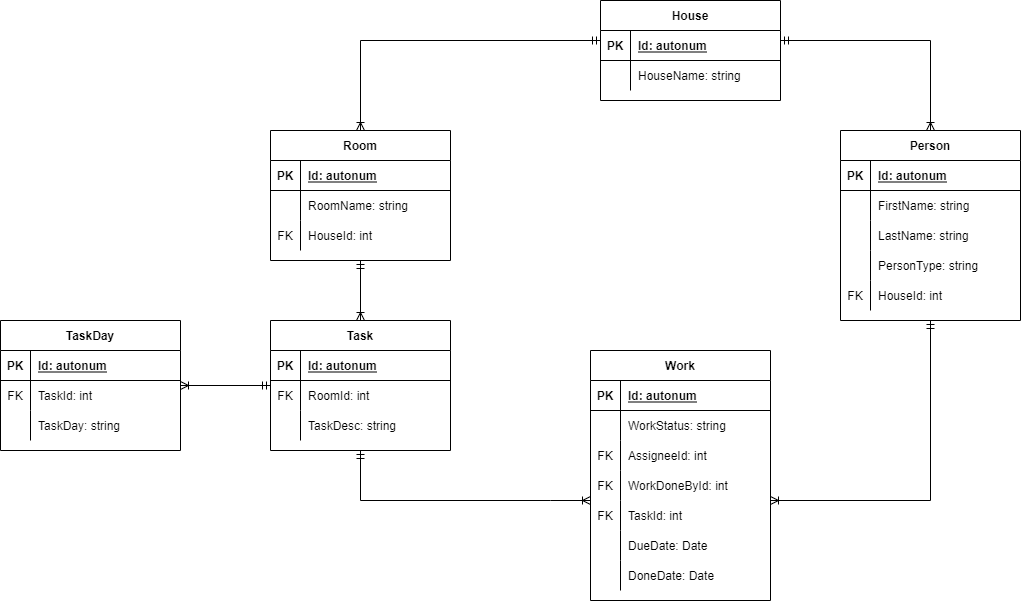
This is DB Design/HouseRosterDB.png from johannsbbd/house-roster-db, a draw.io export, as it was before one commit. Source tidied: cells renumbered, new cells last; positions are measured from the earlier drawing's top-left corner, leaving out a move shared by most shapes.
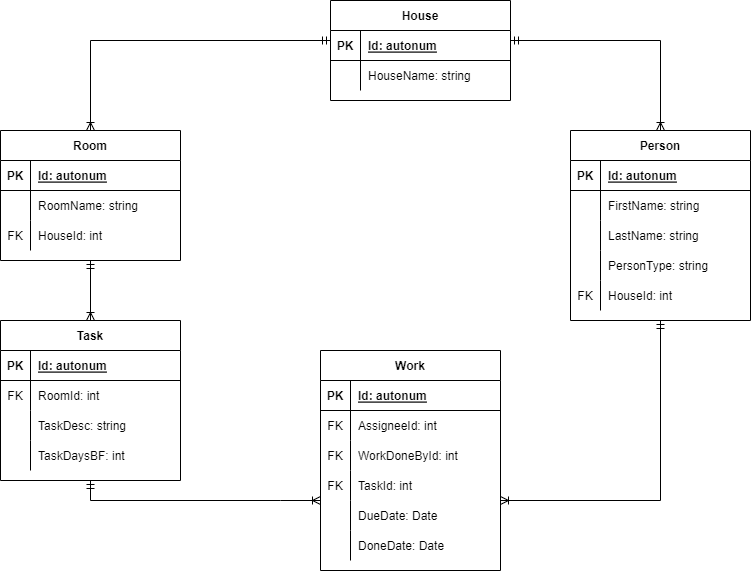
After the commit.

Commit message:
Removed TaskDay table and WorkStatus field.

Change to the diagram source:
```diff
@@ -89,7 +89,7 @@
       </mxGeometry>
     </mxCell>
     <mxCell id="29" value="Task" style="shape=table;startSize=30;rowLines=0;fontStyle=1;align=center;" parent="1" vertex="1">
-      <mxGeometry x="270" y="320" width="180" height="130" as="geometry" />
+      <mxGeometry x="270" y="320" width="180" height="160" as="geometry" />
     </mxCell>
     <mxCell id="30" style="shape=tableRow;horizontal=0;startSize=0;swimlaneHead=0;swimlaneBody=0;fillColor=none;top=0;left=0;right=0;bottom=1;" parent="29" vertex="1">
       <mxGeometry y="30" width="180" height="30" as="geometry" />
@@ -118,8 +118,17 @@
     <mxCell id="38" value="TaskDesc: string" style="shape=partialRectangle;fillColor=none;top=0;left=0;bottom=0;right=0;align=left;spacingLeft=6;overflow=hidden;" parent="36" vertex="1">
       <mxGeometry x="30" width="150" height="30" as="geometry" />
     </mxCell>
+    <mxCell id="83" style="shape=tableRow;horizontal=0;startSize=0;swimlaneHead=0;swimlaneBody=0;fillColor=none;top=0;left=0;right=0;bottom=0;" parent="29" vertex="1">
+      <mxGeometry y="120" width="180" height="30" as="geometry" />
+    </mxCell>
+    <mxCell id="84" style="shape=partialRectangle;fillColor=none;top=0;left=0;bottom=0;right=0;overflow=hidden;" parent="83" vertex="1">
+      <mxGeometry width="30" height="30" as="geometry" />
+    </mxCell>
+    <mxCell id="85" value="TaskDaysBF: int" style="shape=partialRectangle;fillColor=none;top=0;left=0;bottom=0;right=0;align=left;spacingLeft=6;overflow=hidden;" parent="83" vertex="1">
+      <mxGeometry x="30" width="150" height="30" as="geometry" />
+    </mxCell>
     <mxCell id="39" value="Work" style="shape=table;startSize=30;rowLines=0;fontStyle=1;align=center;" parent="1" vertex="1">
-      <mxGeometry x="590" y="350" width="180" height="250" as="geometry" />
+      <mxGeometry x="590" y="350" width="180" height="220" as="geometry" />
     </mxCell>
     <mxCell id="40" style="shape=tableRow;horizontal=0;startSize=0;swimlaneHead=0;swimlaneBody=0;fillColor=none;top=0;left=0;right=0;bottom=1;" parent="39" vertex="1">
       <mxGeometry y="30" width="180" height="30" as="geometry" />
@@ -130,17 +139,8 @@
     <mxCell id="42" value="Id: autonum" style="shape=partialRectangle;fillColor=none;top=0;left=0;bottom=0;right=0;align=left;spacingLeft=6;fontStyle=5;overflow=hidden;" parent="40" vertex="1">
       <mxGeometry x="30" width="150" height="30" as="geometry" />
     </mxCell>
-    <mxCell id="43" style="shape=tableRow;horizontal=0;startSize=0;swimlaneHead=0;swimlaneBody=0;fillColor=none;top=0;left=0;right=0;bottom=0;" parent="39" vertex="1">
-      <mxGeometry y="60" width="180" height="30" as="geometry" />
-    </mxCell>
-    <mxCell id="44" style="shape=partialRectangle;fillColor=none;top=0;left=0;bottom=0;right=0;overflow=hidden;" parent="43" vertex="1">
-      <mxGeometry width="30" height="30" as="geometry" />
-    </mxCell>
-    <mxCell id="45" value="WorkStatus: string" style="shape=partialRectangle;fillColor=none;top=0;left=0;bottom=0;right=0;align=left;spacingLeft=6;overflow=hidden;" parent="43" vertex="1">
-      <mxGeometry x="30" width="150" height="30" as="geometry" />
-    </mxCell>
     <mxCell id="46" style="shape=tableRow;horizontal=0;startSize=0;swimlaneHead=0;swimlaneBody=0;fillColor=none;top=0;left=0;right=0;bottom=0;" parent="39" vertex="1">
-      <mxGeometry y="90" width="180" height="30" as="geometry" />
+      <mxGeometry y="60" width="180" height="30" as="geometry" />
     </mxCell>
     <mxCell id="47" value="FK" style="shape=partialRectangle;fillColor=none;top=0;left=0;bottom=0;right=0;overflow=hidden;" parent="46" vertex="1">
       <mxGeometry width="30" height="30" as="geometry" />
@@ -149,7 +149,7 @@
       <mxGeometry x="30" width="150" height="30" as="geometry" />
     </mxCell>
     <mxCell id="49" style="shape=tableRow;horizontal=0;startSize=0;swimlaneHead=0;swimlaneBody=0;fillColor=none;top=0;left=0;right=0;bottom=0;" parent="39" vertex="1">
-      <mxGeometry y="120" width="180" height="30" as="geometry" />
+      <mxGeometry y="90" width="180" height="30" as="geometry" />
     </mxCell>
     <mxCell id="50" value="FK" style="shape=partialRectangle;fillColor=none;top=0;left=0;bottom=0;right=0;overflow=hidden;" parent="49" vertex="1">
       <mxGeometry width="30" height="30" as="geometry" />
@@ -158,7 +158,7 @@
       <mxGeometry x="30" width="150" height="30" as="geometry" />
     </mxCell>
     <mxCell id="52" style="shape=tableRow;horizontal=0;startSize=0;swimlaneHead=0;swimlaneBody=0;fillColor=none;top=0;left=0;right=0;bottom=0;" parent="39" vertex="1">
-      <mxGeometry y="150" width="180" height="30" as="geometry" />
+      <mxGeometry y="120" width="180" height="30" as="geometry" />
     </mxCell>
     <mxCell id="53" value="FK" style="shape=partialRectangle;fillColor=none;top=0;left=0;bottom=0;right=0;overflow=hidden;" parent="52" vertex="1">
       <mxGeometry width="30" height="30" as="geometry" />
@@ -167,7 +167,7 @@
       <mxGeometry x="30" width="150" height="30" as="geometry" />
     </mxCell>
     <mxCell id="55" style="shape=tableRow;horizontal=0;startSize=0;swimlaneHead=0;swimlaneBody=0;fillColor=none;top=0;left=0;right=0;bottom=0;" parent="39" vertex="1">
-      <mxGeometry y="180" width="180" height="30" as="geometry" />
+      <mxGeometry y="150" width="180" height="30" as="geometry" />
     </mxCell>
     <mxCell id="56" style="shape=partialRectangle;fillColor=none;top=0;left=0;bottom=0;right=0;overflow=hidden;" parent="55" vertex="1">
       <mxGeometry width="30" height="30" as="geometry" />
@@ -176,7 +176,7 @@
       <mxGeometry x="30" width="150" height="30" as="geometry" />
     </mxCell>
     <mxCell id="58" style="shape=tableRow;horizontal=0;startSize=0;swimlaneHead=0;swimlaneBody=0;fillColor=none;top=0;left=0;right=0;bottom=0;" parent="39" vertex="1">
-      <mxGeometry y="210" width="180" height="30" as="geometry" />
+      <mxGeometry y="180" width="180" height="30" as="geometry" />
     </mxCell>
     <mxCell id="59" style="shape=partialRectangle;fillColor=none;top=0;left=0;bottom=0;right=0;overflow=hidden;" parent="58" vertex="1">
       <mxGeometry width="30" height="30" as="geometry" />
@@ -234,38 +234,5 @@
         </Array>
       </mxGeometry>
     </mxCell>
-    <mxCell id="72" value="TaskDay" style="shape=table;startSize=30;rowLines=0;fontStyle=1;align=center;" parent="1" vertex="1">
-      <mxGeometry y="320" width="180" height="130" as="geometry" />
-    </mxCell>
-    <mxCell id="73" style="shape=tableRow;horizontal=0;startSize=0;swimlaneHead=0;swimlaneBody=0;fillColor=none;top=0;left=0;right=0;bottom=1;" parent="72" vertex="1">
-      <mxGeometry y="30" width="180" height="30" as="geometry" />
-    </mxCell>
-    <mxCell id="74" value="PK" style="shape=partialRectangle;fillColor=none;top=0;left=0;bottom=0;right=0;fontStyle=1;overflow=hidden;" parent="73" vertex="1">
-      <mxGeometry width="30" height="30" as="geometry" />
-    </mxCell>
-    <mxCell id="75" value="Id: autonum" style="shape=partialRectangle;fillColor=none;top=0;left=0;bottom=0;right=0;align=left;spacingLeft=6;fontStyle=5;overflow=hidden;" parent="73" vertex="1">
-      <mxGeometry x="30" width="150" height="30" as="geometry" />
-    </mxCell>
-    <mxCell id="76" style="shape=tableRow;horizontal=0;startSize=0;swimlaneHead=0;swimlaneBody=0;fillColor=none;top=0;left=0;right=0;bottom=0;" parent="72" vertex="1">
-      <mxGeometry y="60" width="180" height="30" as="geometry" />
-    </mxCell>
-    <mxCell id="77" value="FK" style="shape=partialRectangle;fillColor=none;top=0;left=0;bottom=0;right=0;overflow=hidden;" parent="76" vertex="1">
-      <mxGeometry width="30" height="30" as="geometry" />
-    </mxCell>
-    <mxCell id="78" value="TaskId: int" style="shape=partialRectangle;fillColor=none;top=0;left=0;bottom=0;right=0;align=left;spacingLeft=6;overflow=hidden;" parent="76" vertex="1">
-      <mxGeometry x="30" width="150" height="30" as="geometry" />
-    </mxCell>
-    <mxCell id="79" style="shape=tableRow;horizontal=0;startSize=0;swimlaneHead=0;swimlaneBody=0;fillColor=none;top=0;left=0;right=0;bottom=0;" parent="72" vertex="1">
-      <mxGeometry y="90" width="180" height="30" as="geometry" />
-    </mxCell>
-    <mxCell id="80" style="shape=partialRectangle;fillColor=none;top=0;left=0;bottom=0;right=0;overflow=hidden;" parent="79" vertex="1">
-      <mxGeometry width="30" height="30" as="geometry" />
-    </mxCell>
-    <mxCell id="81" value="TaskDay: string" style="shape=partialRectangle;fillColor=none;top=0;left=0;bottom=0;right=0;align=left;spacingLeft=6;overflow=hidden;" parent="79" vertex="1">
-      <mxGeometry x="30" width="150" height="30" as="geometry" />
-    </mxCell>
-    <mxCell id="82" style="edgeStyle=orthogonalEdgeStyle;rounded=0;jettySize=auto;html=1;endArrow=ERmandOne;endFill=0;startArrow=ERoneToMany;startFill=0;" parent="1" edge="1" source="72" target="29">
-      <mxGeometry relative="1" as="geometry" />
-    </mxCell>
   </root>
 </mxGraphModel>
```
